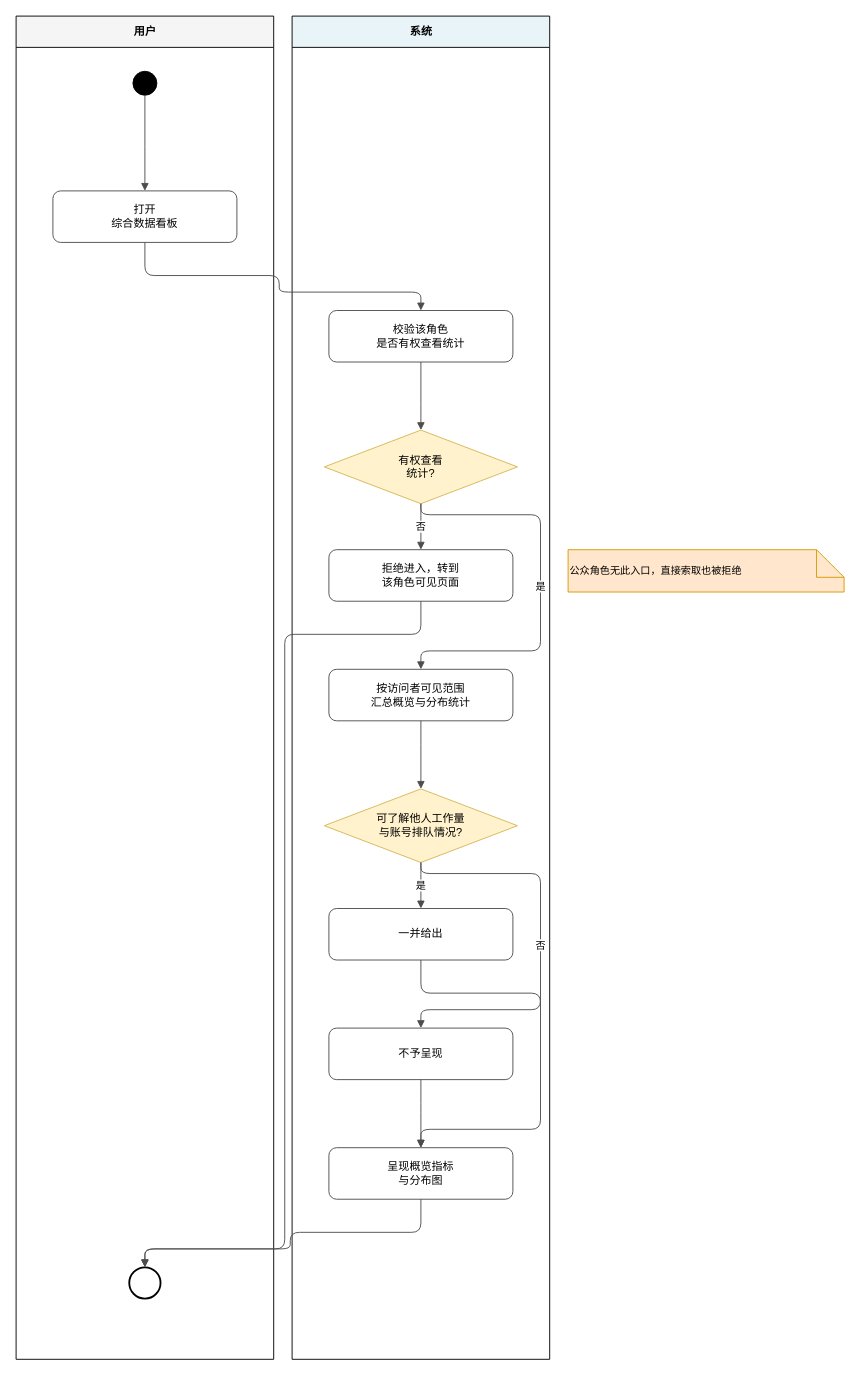
Before: page "MBIS-VRM-1 查看综合数据看板 — 活动图" (2 of 7) of three/Software_Construction/diagrams/模块四-全部图表.drawio in sober060224/University, a draw.io diagram. Source tidied: cells renumbered, new cells numbered last; positions are measured from the earlier drawing's top-left corner, leaving out a move shared by most shapes. Both pictures are drawn from the tidied source at 92%, with x=0, y=0 at pixel (16, 16).
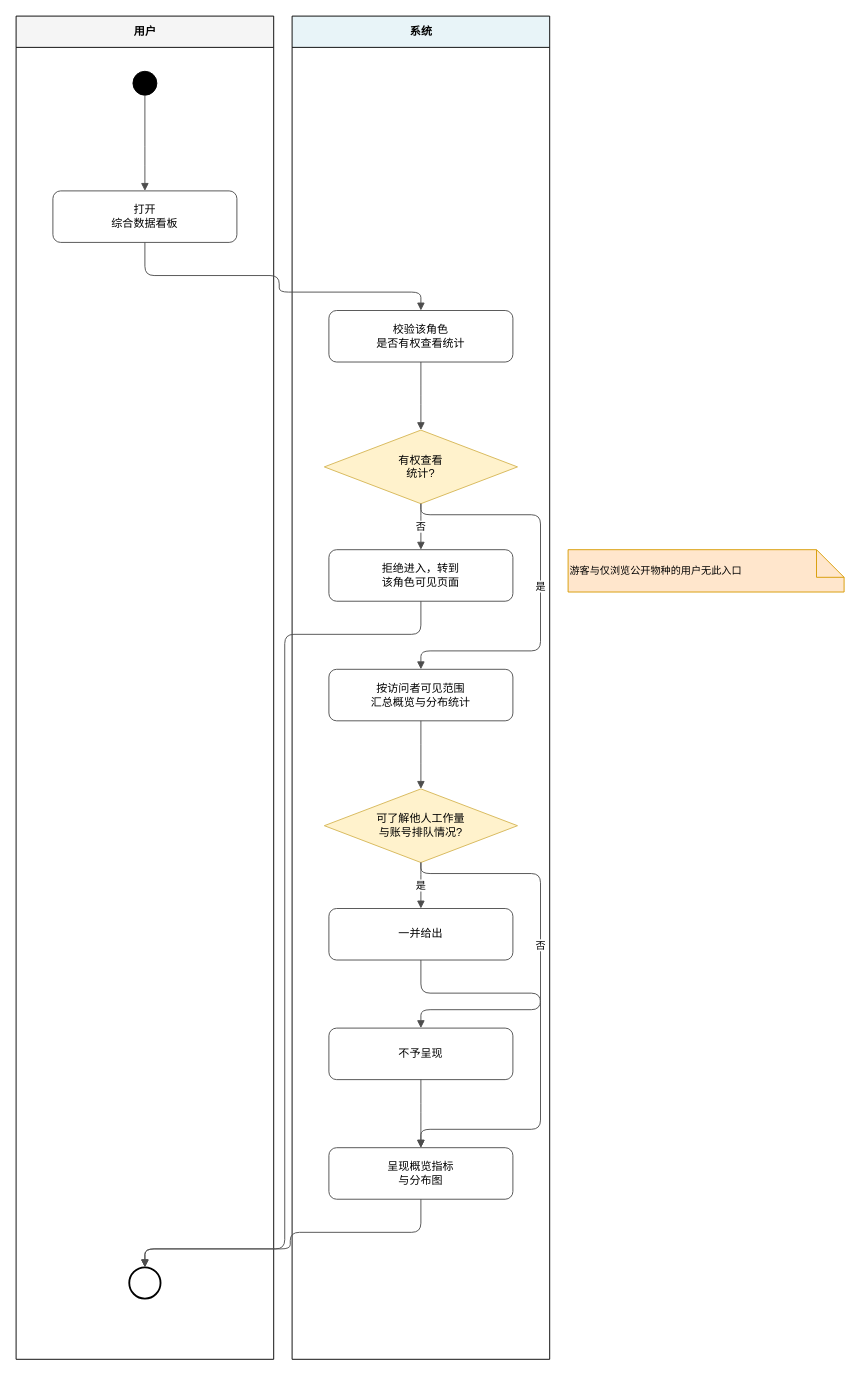
After the change.

What changed in the source:
```diff
@@
-    <mxCell id="15" value="公众角色无此入口，直接索取也被拒绝" style="shape=note;whiteSpace=wrap;html=1;fillColor=#ffe6cc;strokeColor=#d79b00;align=left;fontSize=11;" parent="1" vertex="1">
+    <mxCell id="15" value="游客与仅浏览公开物种的用户无此入口" style="shape=note;whiteSpace=wrap;html=1;fillColor=#ffe6cc;strokeColor=#d79b00;align=left;fontSize=11;" parent="1" vertex="1">
       <mxGeometry x="600" y="580" width="300" height="46" as="geometry" />
     </mxCell>
```
